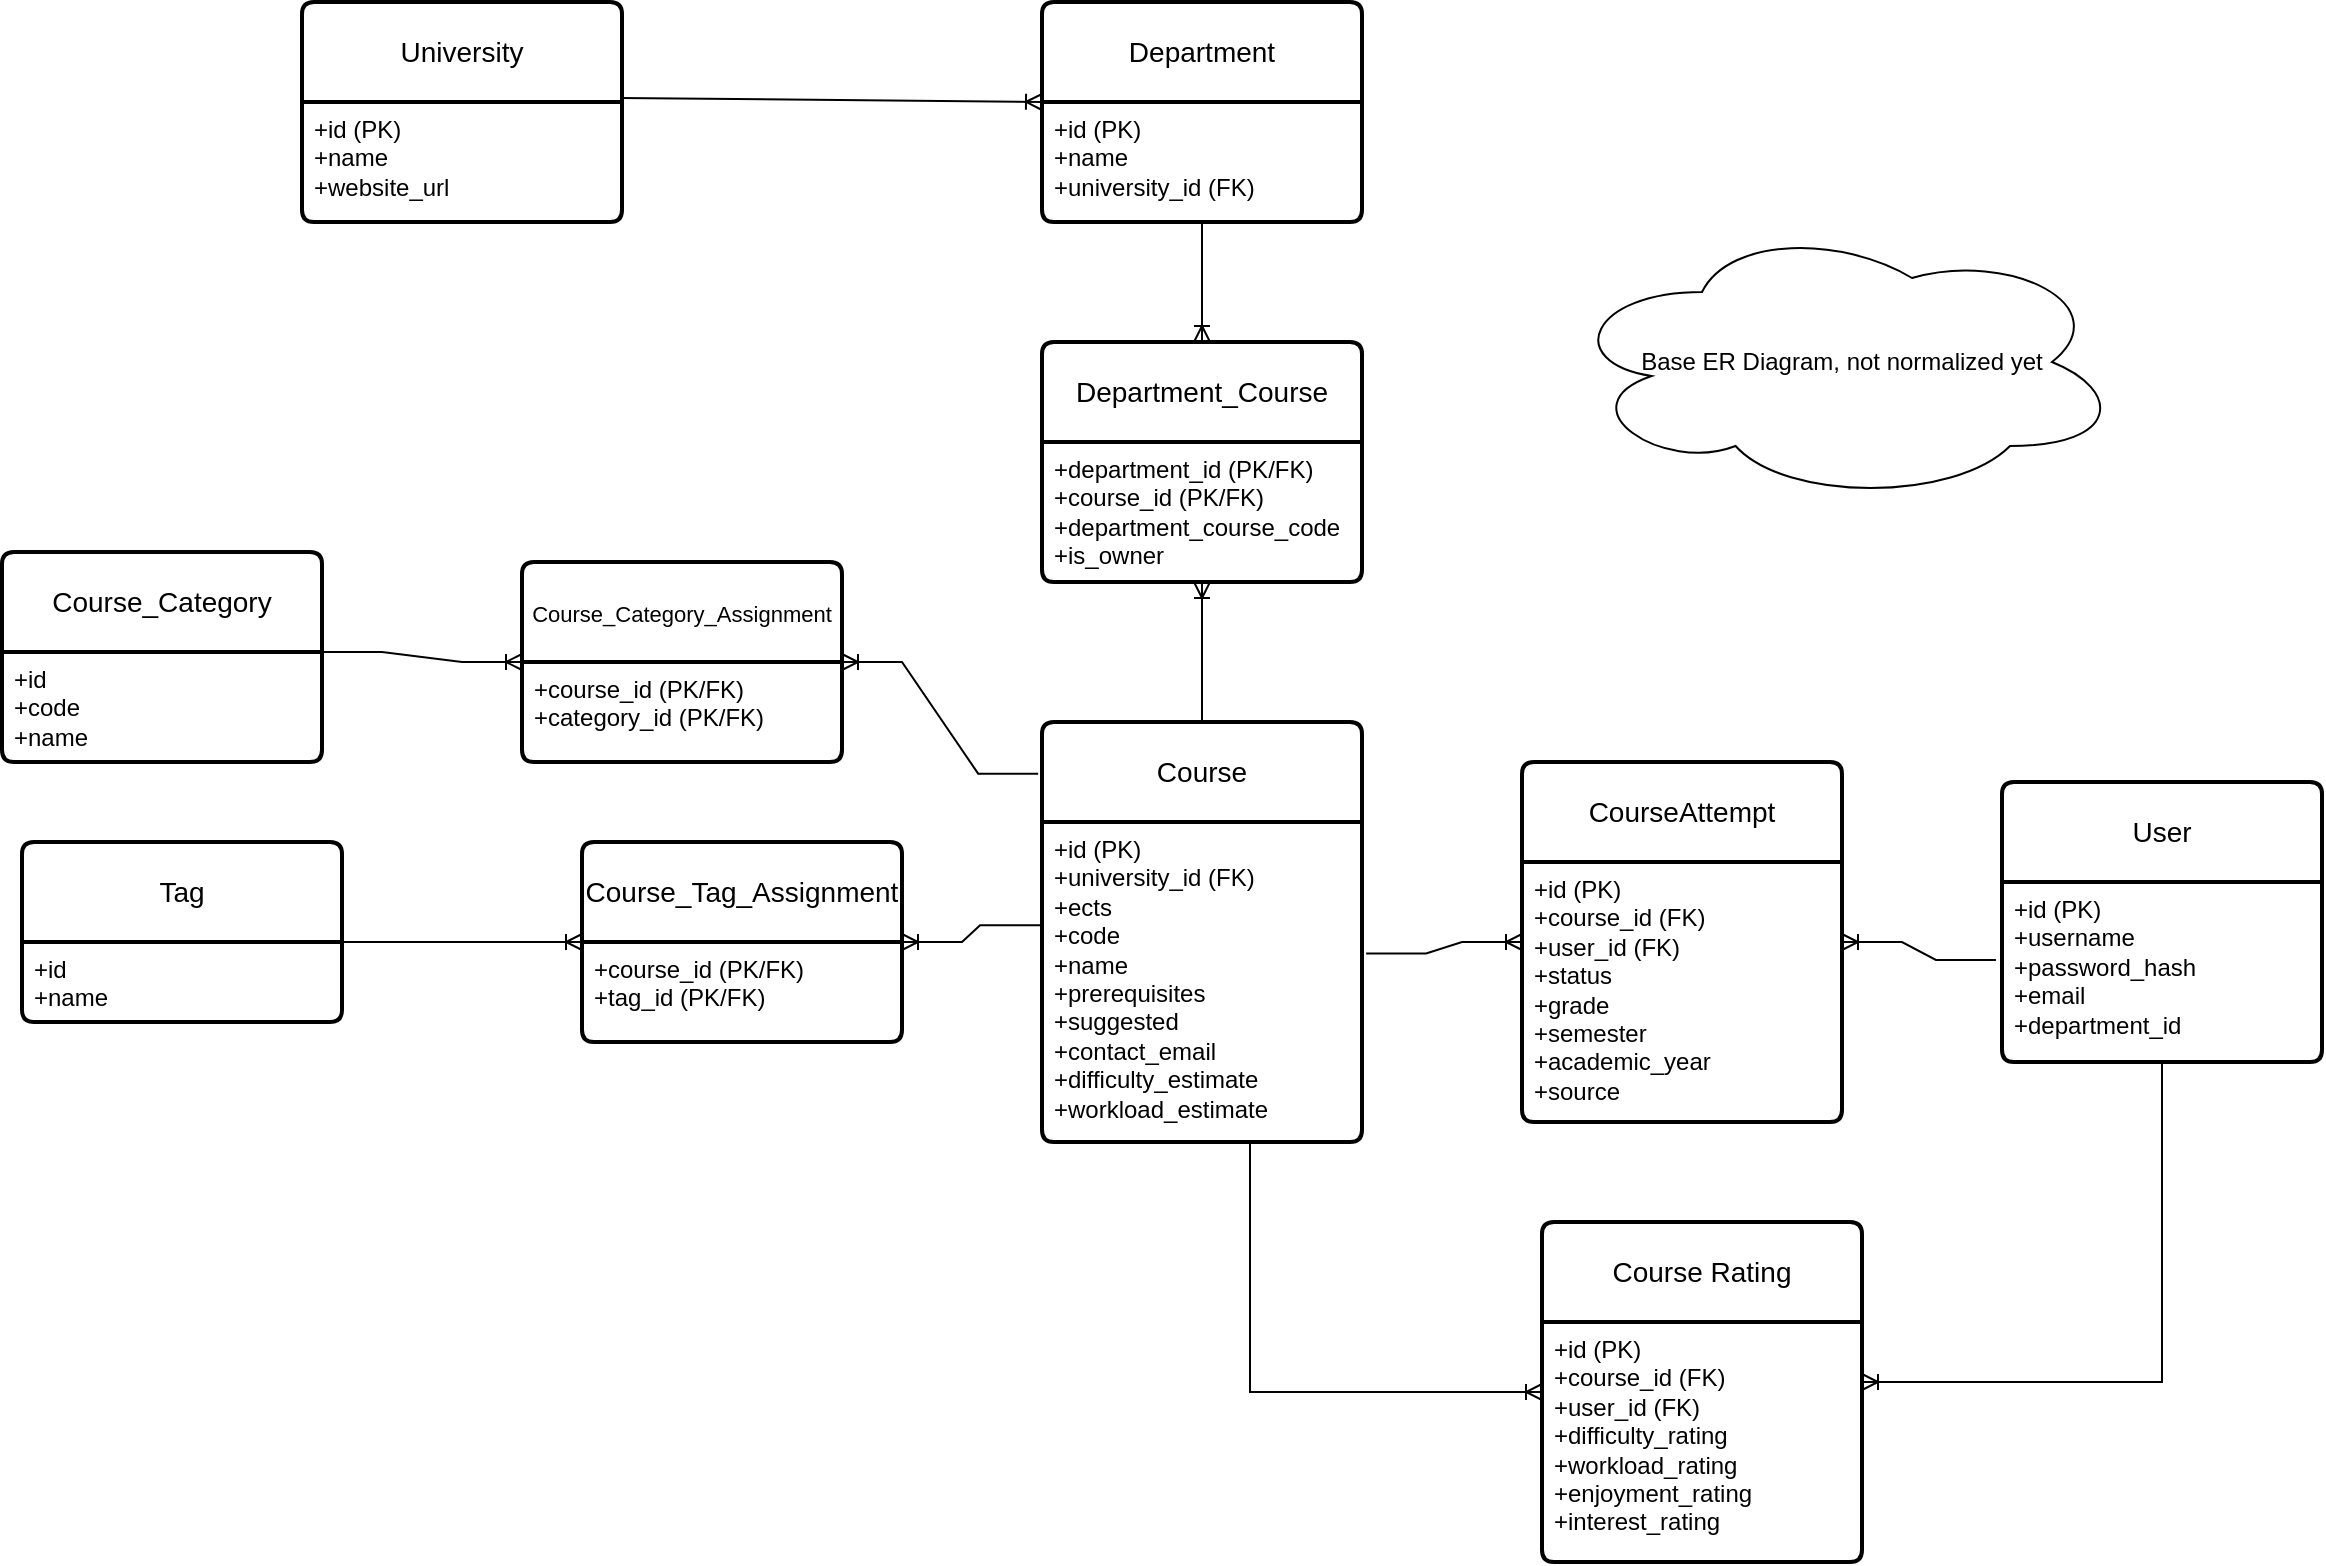
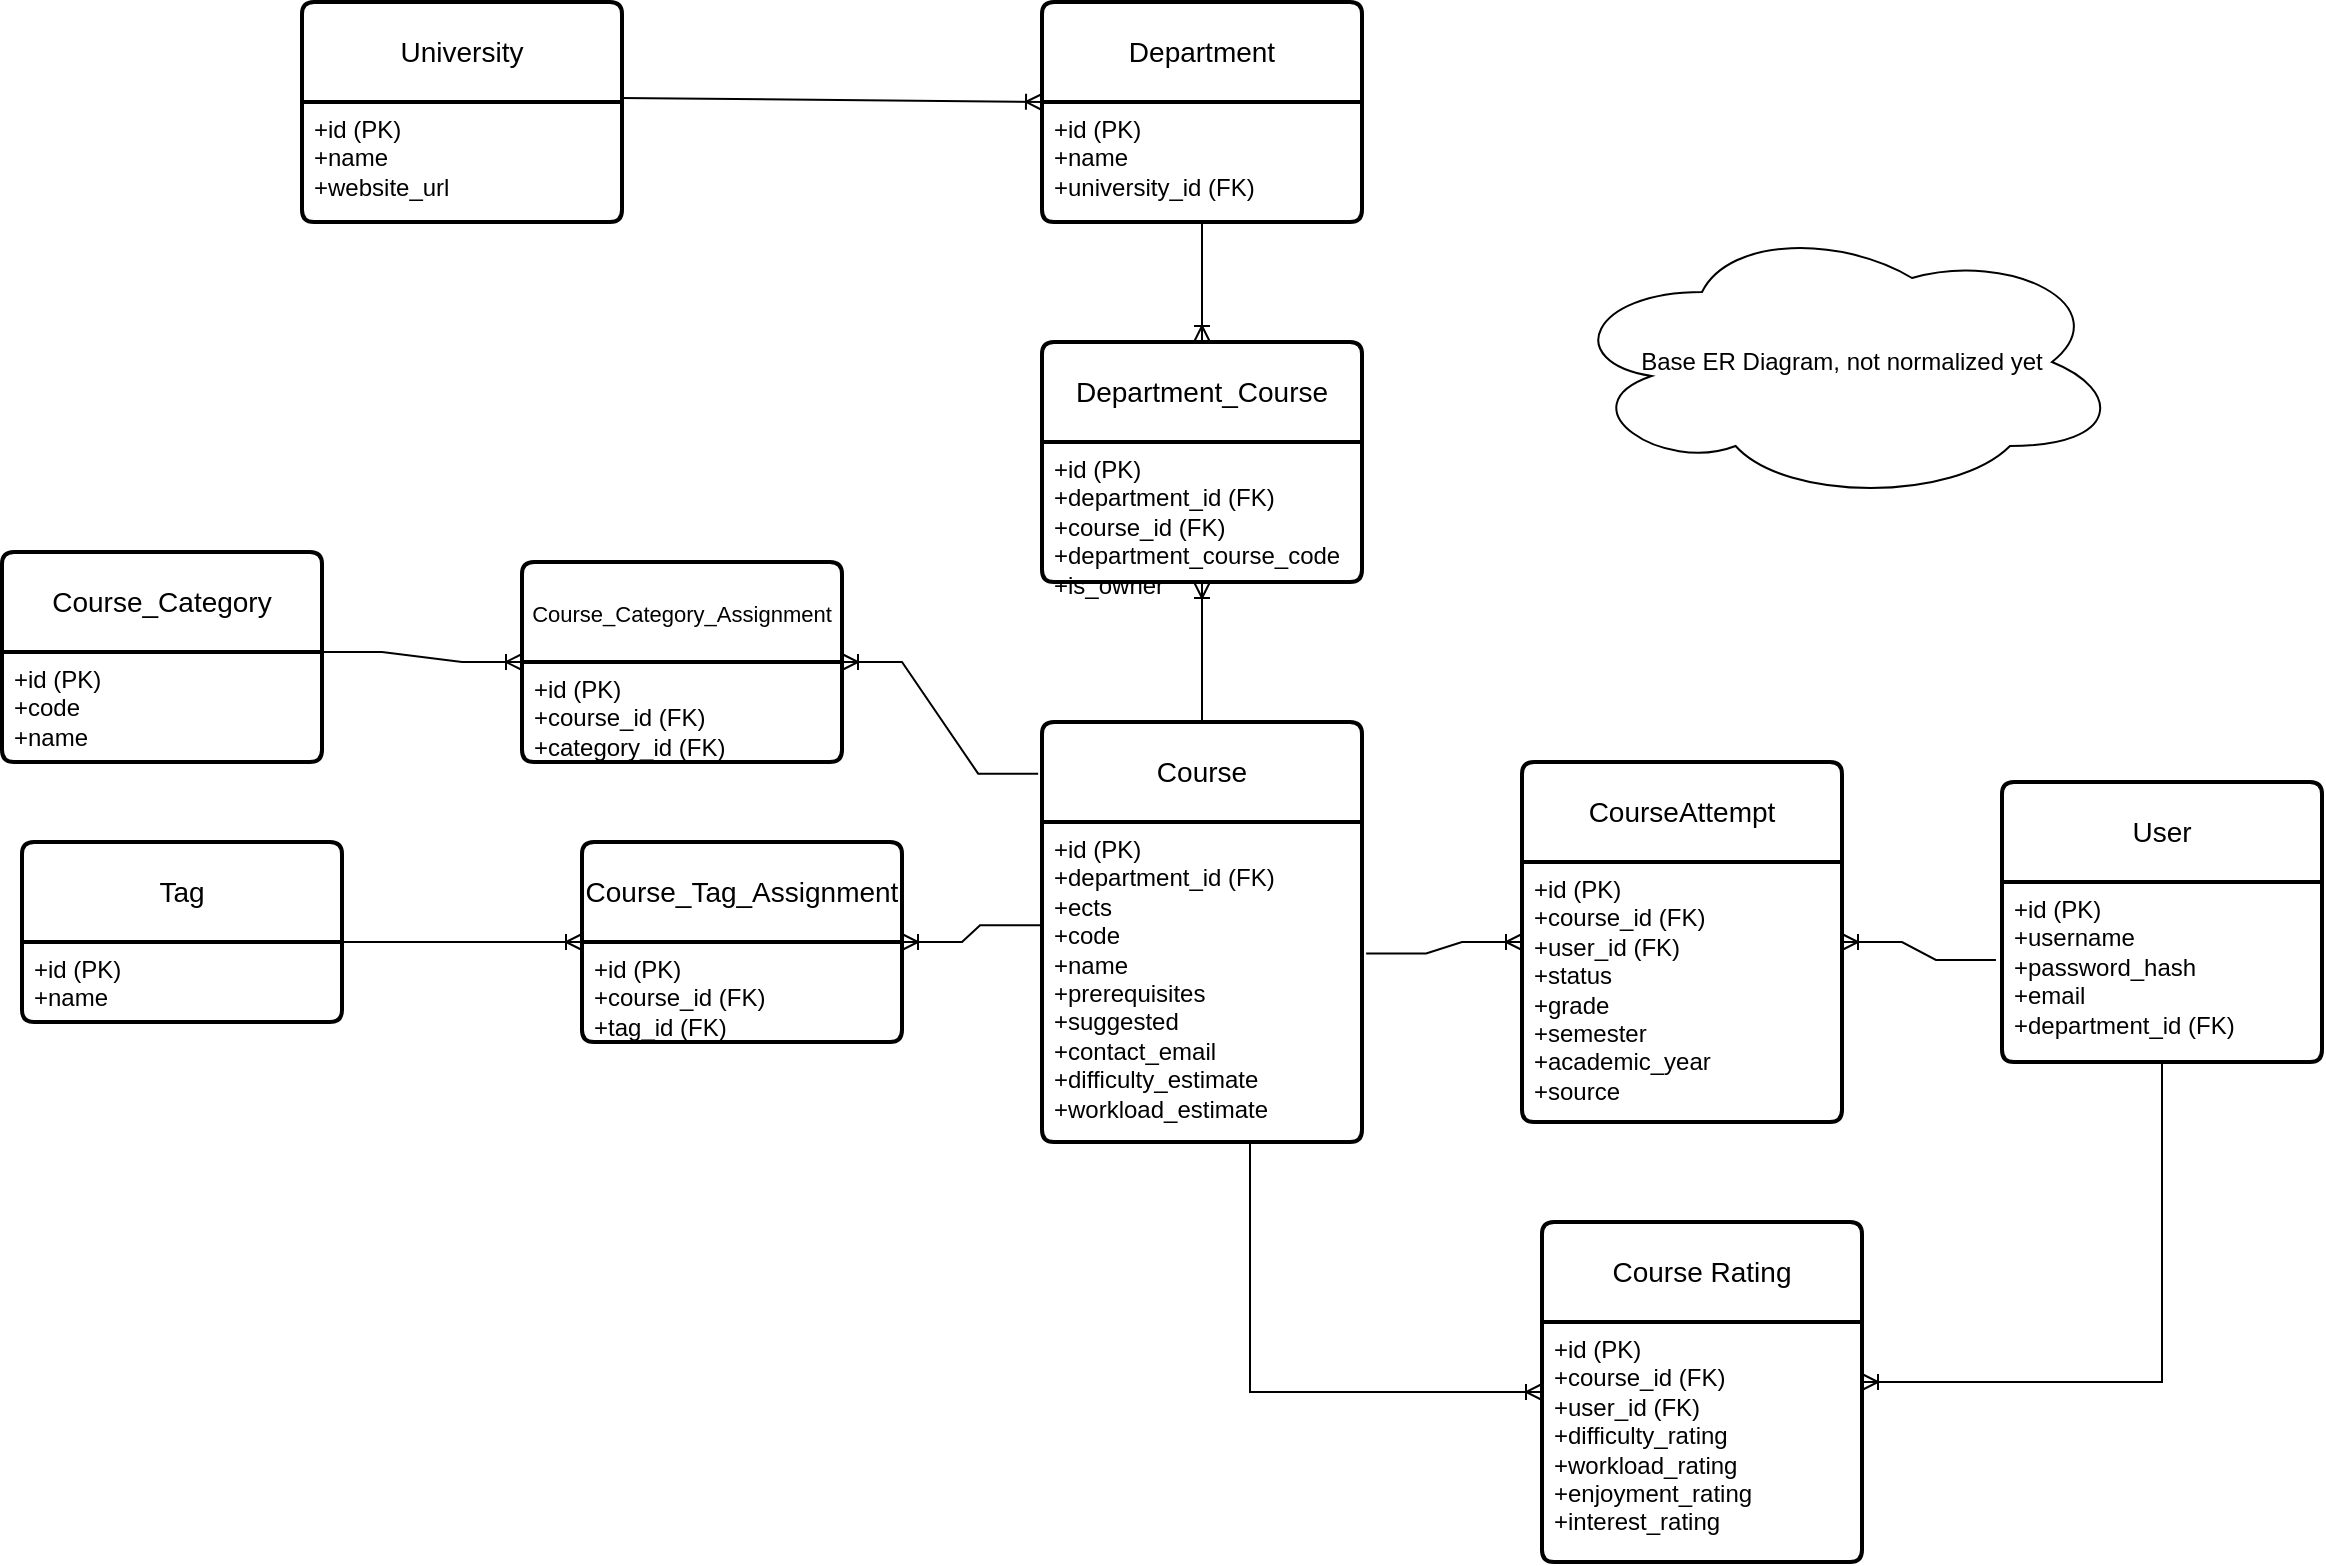
<mxfile host="Electron" agent="5.0 (Windows NT 10.0; Win64; x64) AppleWebKit/537.36 (KHTML, like Gecko) Chrome/90.0.4430.212 Safari/537.36">
  <diagram name="Page-1" id="9f46799a-70d6-7492-0946-bef42562c5a5">
    <mxGraphModel dx="729" dy="1385" grid="1" gridSize="10" guides="1" tooltips="1" connect="1" arrows="1" fold="1" page="1" pageScale="1" pageWidth="1100" pageHeight="850" background="none" math="0" shadow="0">
      <root>
        <mxCell id="0" />
        <mxCell id="1" parent="0" />
        <mxCell id="MfBtu3gmphk7rpzaGqzh-1" parent="1" style="swimlane;childLayout=stackLayout;horizontal=1;startSize=50;horizontalStack=0;rounded=1;fontSize=14;fontStyle=0;strokeWidth=2;resizeParent=0;resizeLast=1;shadow=0;dashed=0;align=center;arcSize=4;whiteSpace=wrap;html=1;" value="Course" vertex="1">
          <mxGeometry height="210" width="160" x="550" y="100" as="geometry">
            <mxRectangle height="50" width="80" x="200" y="480" as="alternateBounds" />
          </mxGeometry>
        </mxCell>
-         <mxCell id="MfBtu3gmphk7rpzaGqzh-2" parent="MfBtu3gmphk7rpzaGqzh-1" style="align=left;strokeColor=none;fillColor=none;spacingLeft=4;spacingRight=4;fontSize=12;verticalAlign=top;resizable=0;rotatable=0;part=1;html=1;whiteSpace=wrap;" value="+id (PK)&lt;div&gt;+university_id (FK)&lt;br&gt;&lt;div&gt;&lt;div&gt;+ects&lt;/div&gt;&lt;div&gt;+code&lt;/div&gt;&lt;div&gt;+name&lt;/div&gt;&lt;div&gt;+prerequisites&lt;br&gt;+suggested&lt;/div&gt;&lt;div&gt;&lt;span style=&quot;background-color: transparent; color: light-dark(rgb(0, 0, 0), rgb(255, 255, 255));&quot;&gt;+contact_email&lt;/span&gt;&lt;/div&gt;&lt;/div&gt;&lt;div&gt;+difficulty_estimate&lt;/div&gt;&lt;div&gt;+workload_estimate&lt;/div&gt;&lt;/div&gt;" vertex="1">
+         <mxCell id="MfBtu3gmphk7rpzaGqzh-2" parent="MfBtu3gmphk7rpzaGqzh-1" style="align=left;strokeColor=none;fillColor=none;spacingLeft=4;spacingRight=4;fontSize=12;verticalAlign=top;resizable=0;rotatable=0;part=1;html=1;whiteSpace=wrap;" value="+id (PK)&lt;div&gt;+department_id (FK)&lt;br&gt;&lt;div&gt;&lt;div&gt;+ects&lt;/div&gt;&lt;div&gt;+code&lt;/div&gt;&lt;div&gt;+name&lt;/div&gt;&lt;div&gt;+prerequisites&lt;br&gt;+suggested&lt;/div&gt;&lt;div&gt;&lt;span style=&quot;background-color: transparent; color: light-dark(rgb(0, 0, 0), rgb(255, 255, 255));&quot;&gt;+contact_email&lt;/span&gt;&lt;/div&gt;&lt;/div&gt;&lt;div&gt;+difficulty_estimate&lt;/div&gt;&lt;div&gt;+workload_estimate&lt;/div&gt;&lt;/div&gt;" vertex="1">
          <mxGeometry height="160" width="160" y="50" as="geometry" />
        </mxCell>
        <mxCell id="MfBtu3gmphk7rpzaGqzh-3" parent="1" style="swimlane;childLayout=stackLayout;horizontal=1;startSize=50;horizontalStack=0;rounded=1;fontSize=14;fontStyle=0;strokeWidth=2;resizeParent=0;resizeLast=1;shadow=0;dashed=0;align=center;arcSize=4;whiteSpace=wrap;html=1;" value="User" vertex="1">
          <mxGeometry height="140" width="160" x="1030" y="130" as="geometry">
            <mxRectangle height="50" width="80" x="200" y="480" as="alternateBounds" />
          </mxGeometry>
        </mxCell>
-         <mxCell id="MfBtu3gmphk7rpzaGqzh-4" parent="MfBtu3gmphk7rpzaGqzh-3" style="align=left;strokeColor=none;fillColor=none;spacingLeft=4;spacingRight=4;fontSize=12;verticalAlign=top;resizable=0;rotatable=0;part=1;html=1;whiteSpace=wrap;" value="+id (PK)&lt;div&gt;+username&lt;/div&gt;&lt;div&gt;+password_hash&lt;/div&gt;&lt;div&gt;+email&lt;/div&gt;&lt;div&gt;+department_id&lt;/div&gt;" vertex="1">
+         <mxCell id="MfBtu3gmphk7rpzaGqzh-4" parent="MfBtu3gmphk7rpzaGqzh-3" style="align=left;strokeColor=none;fillColor=none;spacingLeft=4;spacingRight=4;fontSize=12;verticalAlign=top;resizable=0;rotatable=0;part=1;html=1;whiteSpace=wrap;" value="+id (PK)&lt;div&gt;+username&lt;/div&gt;&lt;div&gt;+password_hash&lt;/div&gt;&lt;div&gt;+email&lt;/div&gt;&lt;div&gt;+department_id (FK)&lt;/div&gt;" vertex="1">
          <mxGeometry height="90" width="160" y="50" as="geometry" />
        </mxCell>
        <mxCell id="MfBtu3gmphk7rpzaGqzh-9" parent="1" style="swimlane;childLayout=stackLayout;horizontal=1;startSize=50;horizontalStack=0;rounded=1;fontSize=14;fontStyle=0;strokeWidth=2;resizeParent=0;resizeLast=1;shadow=0;dashed=0;align=center;arcSize=4;whiteSpace=wrap;html=1;" value="Tag" vertex="1">
          <mxGeometry height="90" width="160" x="40" y="160" as="geometry">
            <mxRectangle height="50" width="80" x="200" y="480" as="alternateBounds" />
          </mxGeometry>
        </mxCell>
-         <mxCell id="MfBtu3gmphk7rpzaGqzh-10" parent="MfBtu3gmphk7rpzaGqzh-9" style="align=left;strokeColor=none;fillColor=none;spacingLeft=4;spacingRight=4;fontSize=12;verticalAlign=top;resizable=0;rotatable=0;part=1;html=1;whiteSpace=wrap;" value="+id&lt;div&gt;+name&lt;/div&gt;" vertex="1">
+         <mxCell id="MfBtu3gmphk7rpzaGqzh-10" parent="MfBtu3gmphk7rpzaGqzh-9" style="align=left;strokeColor=none;fillColor=none;spacingLeft=4;spacingRight=4;fontSize=12;verticalAlign=top;resizable=0;rotatable=0;part=1;html=1;whiteSpace=wrap;" value="+id (PK)&lt;div&gt;+name&lt;/div&gt;" vertex="1">
          <mxGeometry height="40" width="160" y="50" as="geometry" />
        </mxCell>
        <mxCell id="MfBtu3gmphk7rpzaGqzh-13" parent="1" style="swimlane;childLayout=stackLayout;horizontal=1;startSize=50;horizontalStack=0;rounded=1;fontSize=14;fontStyle=0;strokeWidth=2;resizeParent=0;resizeLast=1;shadow=0;dashed=0;align=center;arcSize=4;whiteSpace=wrap;html=1;" value="Course_Tag_Assignment" vertex="1">
          <mxGeometry height="100" width="160" x="320" y="160" as="geometry">
            <mxRectangle height="50" width="80" x="200" y="480" as="alternateBounds" />
          </mxGeometry>
        </mxCell>
-         <mxCell id="MfBtu3gmphk7rpzaGqzh-14" parent="MfBtu3gmphk7rpzaGqzh-13" style="align=left;strokeColor=none;fillColor=none;spacingLeft=4;spacingRight=4;fontSize=12;verticalAlign=top;resizable=0;rotatable=0;part=1;html=1;whiteSpace=wrap;" value="+course_id (PK/FK)&lt;div&gt;+tag_id (PK/FK)&lt;/div&gt;" vertex="1">
+         <mxCell id="MfBtu3gmphk7rpzaGqzh-14" parent="MfBtu3gmphk7rpzaGqzh-13" style="align=left;strokeColor=none;fillColor=none;spacingLeft=4;spacingRight=4;fontSize=12;verticalAlign=top;resizable=0;rotatable=0;part=1;html=1;whiteSpace=wrap;" value="+id (PK)&lt;div&gt;+course_id (FK)&lt;/div&gt;&lt;div&gt;+tag_id (FK)&lt;/div&gt;" vertex="1">
          <mxGeometry height="50" width="160" y="50" as="geometry" />
        </mxCell>
        <mxCell id="MfBtu3gmphk7rpzaGqzh-17" edge="1" parent="1" source="MfBtu3gmphk7rpzaGqzh-10" style="edgeStyle=entityRelationEdgeStyle;fontSize=12;html=1;endArrow=ERoneToMany;rounded=0;exitX=1;exitY=0;exitDx=0;exitDy=0;entryX=0;entryY=0.5;entryDx=0;entryDy=0;" target="MfBtu3gmphk7rpzaGqzh-13" value="">
          <mxGeometry height="100" relative="1" width="100" as="geometry">
            <mxPoint x="330" y="270" as="sourcePoint" />
            <mxPoint x="430" y="170" as="targetPoint" />
          </mxGeometry>
        </mxCell>
        <mxCell id="MfBtu3gmphk7rpzaGqzh-19" edge="1" parent="1" source="MfBtu3gmphk7rpzaGqzh-2" style="edgeStyle=entityRelationEdgeStyle;fontSize=12;html=1;endArrow=ERoneToMany;rounded=0;entryX=1;entryY=0;entryDx=0;entryDy=0;exitX=-0.006;exitY=0.323;exitDx=0;exitDy=0;exitPerimeter=0;" target="MfBtu3gmphk7rpzaGqzh-14" value="">
          <mxGeometry height="100" relative="1" width="100" as="geometry">
            <mxPoint x="330" y="270" as="sourcePoint" />
            <mxPoint x="430" y="170" as="targetPoint" />
          </mxGeometry>
        </mxCell>
        <mxCell id="MfBtu3gmphk7rpzaGqzh-21" parent="1" style="ellipse;shape=cloud;whiteSpace=wrap;html=1;" value="Base ER Diagram, not normalized yet" vertex="1">
          <mxGeometry height="140" width="280" x="810" y="-150" as="geometry" />
        </mxCell>
        <mxCell id="MfBtu3gmphk7rpzaGqzh-24" parent="1" style="swimlane;childLayout=stackLayout;horizontal=1;startSize=50;horizontalStack=0;rounded=1;fontSize=14;fontStyle=0;strokeWidth=2;resizeParent=0;resizeLast=1;shadow=0;dashed=0;align=center;arcSize=4;whiteSpace=wrap;html=1;" value="&lt;p class=&quot;p1&quot;&gt;CourseAttempt&lt;/p&gt;" vertex="1">
          <mxGeometry height="180" width="160" x="790" y="120" as="geometry">
            <mxRectangle height="50" width="80" x="200" y="480" as="alternateBounds" />
          </mxGeometry>
        </mxCell>
        <mxCell id="MfBtu3gmphk7rpzaGqzh-25" parent="MfBtu3gmphk7rpzaGqzh-24" style="align=left;strokeColor=none;fillColor=none;spacingLeft=4;spacingRight=4;fontSize=12;verticalAlign=top;resizable=0;rotatable=0;part=1;html=1;whiteSpace=wrap;" value="&lt;div&gt;+id (PK)&lt;/div&gt;+course_id (FK)&lt;div&gt;+user_id (FK)&lt;/div&gt;&lt;div&gt;+status&lt;/div&gt;&lt;div&gt;+grade&lt;/div&gt;&lt;div&gt;+semester&lt;/div&gt;&lt;div&gt;+academic_year&lt;/div&gt;&lt;div&gt;+source&lt;/div&gt;" vertex="1">
          <mxGeometry height="130" width="160" y="50" as="geometry" />
        </mxCell>
        <mxCell id="MfBtu3gmphk7rpzaGqzh-26" edge="1" parent="1" source="MfBtu3gmphk7rpzaGqzh-4" style="edgeStyle=entityRelationEdgeStyle;fontSize=12;html=1;endArrow=ERoneToMany;rounded=0;exitX=-0.019;exitY=0.433;exitDx=0;exitDy=0;entryX=1;entryY=0.5;entryDx=0;entryDy=0;exitPerimeter=0;" target="MfBtu3gmphk7rpzaGqzh-24" value="">
          <mxGeometry height="100" relative="1" width="100" as="geometry">
            <mxPoint x="920" y="310" as="sourcePoint" />
            <mxPoint x="1040" y="310" as="targetPoint" />
          </mxGeometry>
        </mxCell>
        <mxCell id="MfBtu3gmphk7rpzaGqzh-27" edge="1" parent="1" source="MfBtu3gmphk7rpzaGqzh-2" style="edgeStyle=entityRelationEdgeStyle;fontSize=12;html=1;endArrow=ERoneToMany;rounded=0;exitX=1.013;exitY=0.411;exitDx=0;exitDy=0;exitPerimeter=0;entryX=0;entryY=0.5;entryDx=0;entryDy=0;" target="MfBtu3gmphk7rpzaGqzh-24" value="">
          <mxGeometry height="100" relative="1" width="100" as="geometry">
            <mxPoint x="887" y="330" as="sourcePoint" />
            <mxPoint x="780" y="271" as="targetPoint" />
          </mxGeometry>
        </mxCell>
        <mxCell id="MfBtu3gmphk7rpzaGqzh-28" parent="1" style="swimlane;childLayout=stackLayout;horizontal=1;startSize=50;horizontalStack=0;rounded=1;fontSize=14;fontStyle=0;strokeWidth=2;resizeParent=0;resizeLast=1;shadow=0;dashed=0;align=center;arcSize=4;whiteSpace=wrap;html=1;" value="&lt;p class=&quot;p1&quot;&gt;Course Rating&lt;/p&gt;" vertex="1">
          <mxGeometry height="170" width="160" x="800" y="350" as="geometry">
            <mxRectangle height="50" width="80" x="200" y="480" as="alternateBounds" />
          </mxGeometry>
        </mxCell>
        <mxCell id="MfBtu3gmphk7rpzaGqzh-29" parent="MfBtu3gmphk7rpzaGqzh-28" style="align=left;strokeColor=none;fillColor=none;spacingLeft=4;spacingRight=4;fontSize=12;verticalAlign=top;resizable=0;rotatable=0;part=1;html=1;whiteSpace=wrap;" value="&lt;div&gt;+id (PK)&lt;/div&gt;+course_id (FK)&lt;div&gt;+user_id (FK)&lt;/div&gt;&lt;div&gt;+difficulty_rating&lt;/div&gt;&lt;div&gt;+workload_rating&lt;/div&gt;&lt;div&gt;+enjoyment_rating&lt;/div&gt;&lt;div&gt;+interest_rating&lt;/div&gt;" vertex="1">
          <mxGeometry height="120" width="160" y="50" as="geometry" />
        </mxCell>
        <mxCell id="MfBtu3gmphk7rpzaGqzh-30" edge="1" parent="1" source="MfBtu3gmphk7rpzaGqzh-2" style="fontSize=12;html=1;endArrow=ERoneToMany;rounded=0;exitX=0.65;exitY=1.005;exitDx=0;exitDy=0;exitPerimeter=0;entryX=0;entryY=0.5;entryDx=0;entryDy=0;edgeStyle=orthogonalEdgeStyle;" target="MfBtu3gmphk7rpzaGqzh-28" value="">
          <mxGeometry height="100" relative="1" width="100" as="geometry">
            <mxPoint x="610" y="400" as="sourcePoint" />
            <mxPoint x="678" y="402" as="targetPoint" />
          </mxGeometry>
        </mxCell>
        <mxCell id="MfBtu3gmphk7rpzaGqzh-31" edge="1" parent="1" source="MfBtu3gmphk7rpzaGqzh-4" style="edgeStyle=orthogonalEdgeStyle;fontSize=12;html=1;endArrow=ERoneToMany;rounded=0;exitX=0.5;exitY=1;exitDx=0;exitDy=0;entryX=1;entryY=0.25;entryDx=0;entryDy=0;" target="MfBtu3gmphk7rpzaGqzh-29" value="">
          <mxGeometry height="100" relative="1" width="100" as="geometry">
            <mxPoint x="1117" y="390" as="sourcePoint" />
            <mxPoint x="1010" y="391" as="targetPoint" />
          </mxGeometry>
        </mxCell>
        <mxCell id="MfBtu3gmphk7rpzaGqzh-32" parent="1" style="swimlane;childLayout=stackLayout;horizontal=1;startSize=50;horizontalStack=0;rounded=1;fontSize=14;fontStyle=0;strokeWidth=2;resizeParent=0;resizeLast=1;shadow=0;dashed=0;align=center;arcSize=4;whiteSpace=wrap;html=1;" value="Department" vertex="1">
          <mxGeometry height="110" width="160" x="550" y="-260" as="geometry">
            <mxRectangle height="50" width="80" x="200" y="480" as="alternateBounds" />
          </mxGeometry>
        </mxCell>
        <mxCell id="MfBtu3gmphk7rpzaGqzh-33" parent="MfBtu3gmphk7rpzaGqzh-32" style="align=left;strokeColor=none;fillColor=none;spacingLeft=4;spacingRight=4;fontSize=12;verticalAlign=top;resizable=0;rotatable=0;part=1;html=1;whiteSpace=wrap;" value="+id (PK)&lt;div&gt;+name&lt;/div&gt;&lt;div&gt;+university_id (FK)&lt;/div&gt;" vertex="1">
          <mxGeometry height="60" width="160" y="50" as="geometry" />
        </mxCell>
        <mxCell id="MfBtu3gmphk7rpzaGqzh-34" parent="1" style="swimlane;childLayout=stackLayout;horizontal=1;startSize=50;horizontalStack=0;rounded=1;fontSize=14;fontStyle=0;strokeWidth=2;resizeParent=0;resizeLast=1;shadow=0;dashed=0;align=center;arcSize=4;whiteSpace=wrap;html=1;" value="Department_Course" vertex="1">
          <mxGeometry height="120" width="160" x="550" y="-90" as="geometry">
            <mxRectangle height="50" width="80" x="200" y="480" as="alternateBounds" />
          </mxGeometry>
        </mxCell>
-         <mxCell id="MfBtu3gmphk7rpzaGqzh-35" parent="MfBtu3gmphk7rpzaGqzh-34" style="align=left;strokeColor=none;fillColor=none;spacingLeft=4;spacingRight=4;fontSize=12;verticalAlign=top;resizable=0;rotatable=0;part=1;html=1;whiteSpace=wrap;" value="&lt;div&gt;+department_id (PK/FK)&lt;/div&gt;&lt;div&gt;+course_id (PK/FK)&lt;/div&gt;&lt;div&gt;+department_course_code&lt;/div&gt;&lt;div&gt;+is_owner&lt;/div&gt;" vertex="1">
+         <mxCell id="MfBtu3gmphk7rpzaGqzh-35" parent="MfBtu3gmphk7rpzaGqzh-34" style="align=left;strokeColor=none;fillColor=none;spacingLeft=4;spacingRight=4;fontSize=12;verticalAlign=top;resizable=0;rotatable=0;part=1;html=1;whiteSpace=wrap;" value="&lt;div&gt;+id (PK)&lt;/div&gt;&lt;div&gt;+department_id (FK)&lt;/div&gt;&lt;div&gt;+course_id (FK)&lt;/div&gt;&lt;div&gt;+department_course_code&lt;/div&gt;&lt;div&gt;+is_owner&lt;/div&gt;" vertex="1">
          <mxGeometry height="70" width="160" y="50" as="geometry" />
        </mxCell>
        <mxCell id="MfBtu3gmphk7rpzaGqzh-36" edge="1" parent="1" source="MfBtu3gmphk7rpzaGqzh-33" style="fontSize=12;html=1;endArrow=ERoneToMany;rounded=0;entryX=0.5;entryY=0;entryDx=0;entryDy=0;exitX=0.5;exitY=1;exitDx=0;exitDy=0;" target="MfBtu3gmphk7rpzaGqzh-34" value="">
          <mxGeometry height="100" relative="1" width="100" as="geometry">
            <mxPoint x="509" y="-79" as="sourcePoint" />
            <mxPoint x="440" y="-80" as="targetPoint" />
          </mxGeometry>
        </mxCell>
        <mxCell id="MfBtu3gmphk7rpzaGqzh-37" edge="1" parent="1" source="MfBtu3gmphk7rpzaGqzh-1" style="fontSize=12;html=1;endArrow=ERoneToMany;rounded=0;entryX=0.5;entryY=1;entryDx=0;entryDy=0;exitX=0.5;exitY=0;exitDx=0;exitDy=0;" target="MfBtu3gmphk7rpzaGqzh-35" value="">
          <mxGeometry height="100" relative="1" width="100" as="geometry">
            <mxPoint x="470" y="20" as="sourcePoint" />
            <mxPoint x="470" y="80" as="targetPoint" />
          </mxGeometry>
        </mxCell>
        <mxCell id="MfBtu3gmphk7rpzaGqzh-38" parent="1" style="swimlane;childLayout=stackLayout;horizontal=1;startSize=50;horizontalStack=0;rounded=1;fontSize=14;fontStyle=0;strokeWidth=2;resizeParent=0;resizeLast=1;shadow=0;dashed=0;align=center;arcSize=4;whiteSpace=wrap;html=1;" value="University" vertex="1">
          <mxGeometry height="110" width="160" x="180" y="-260" as="geometry">
            <mxRectangle height="50" width="80" x="200" y="480" as="alternateBounds" />
          </mxGeometry>
        </mxCell>
        <mxCell id="MfBtu3gmphk7rpzaGqzh-39" parent="MfBtu3gmphk7rpzaGqzh-38" style="align=left;strokeColor=none;fillColor=none;spacingLeft=4;spacingRight=4;fontSize=12;verticalAlign=top;resizable=0;rotatable=0;part=1;html=1;whiteSpace=wrap;" value="+id (PK)&lt;div&gt;+name&lt;/div&gt;&lt;div&gt;+website_url&lt;/div&gt;" vertex="1">
          <mxGeometry height="60" width="160" y="50" as="geometry" />
        </mxCell>
        <mxCell id="MfBtu3gmphk7rpzaGqzh-41" edge="1" parent="1" source="MfBtu3gmphk7rpzaGqzh-38" style="fontSize=12;html=1;endArrow=ERoneToMany;rounded=0;entryX=0;entryY=0;entryDx=0;entryDy=0;exitX=0.994;exitY=0.436;exitDx=0;exitDy=0;exitPerimeter=0;" target="MfBtu3gmphk7rpzaGqzh-33" value="">
          <mxGeometry height="100" relative="1" width="100" as="geometry">
            <mxPoint x="420" y="-300" as="sourcePoint" />
            <mxPoint x="420" y="-240" as="targetPoint" />
          </mxGeometry>
        </mxCell>
        <mxCell id="MfBtu3gmphk7rpzaGqzh-43" parent="1" style="swimlane;childLayout=stackLayout;horizontal=1;startSize=50;horizontalStack=0;rounded=1;fontSize=14;fontStyle=0;strokeWidth=2;resizeParent=0;resizeLast=1;shadow=0;dashed=0;align=center;arcSize=4;whiteSpace=wrap;html=1;" value="Course_Category" vertex="1">
          <mxGeometry height="105" width="160" x="30" y="15" as="geometry">
            <mxRectangle height="50" width="80" x="200" y="480" as="alternateBounds" />
          </mxGeometry>
        </mxCell>
-         <mxCell id="MfBtu3gmphk7rpzaGqzh-44" parent="MfBtu3gmphk7rpzaGqzh-43" style="align=left;strokeColor=none;fillColor=none;spacingLeft=4;spacingRight=4;fontSize=12;verticalAlign=top;resizable=0;rotatable=0;part=1;html=1;whiteSpace=wrap;" value="+id&lt;div&gt;&lt;div&gt;+code&lt;/div&gt;&lt;div&gt;+name&lt;/div&gt;&lt;div&gt;&lt;br&gt;&lt;/div&gt;&lt;/div&gt;" vertex="1">
+         <mxCell id="MfBtu3gmphk7rpzaGqzh-44" parent="MfBtu3gmphk7rpzaGqzh-43" style="align=left;strokeColor=none;fillColor=none;spacingLeft=4;spacingRight=4;fontSize=12;verticalAlign=top;resizable=0;rotatable=0;part=1;html=1;whiteSpace=wrap;" value="+id (PK)&lt;div&gt;&lt;div&gt;+code&lt;/div&gt;&lt;div&gt;+name&lt;/div&gt;&lt;div&gt;&lt;br&gt;&lt;/div&gt;&lt;/div&gt;" vertex="1">
          <mxGeometry height="55" width="160" y="50" as="geometry" />
        </mxCell>
        <mxCell id="MfBtu3gmphk7rpzaGqzh-49" parent="1" style="swimlane;childLayout=stackLayout;horizontal=1;startSize=50;horizontalStack=0;rounded=1;fontSize=14;fontStyle=0;strokeWidth=2;resizeParent=0;resizeLast=1;shadow=0;dashed=0;align=center;arcSize=4;whiteSpace=wrap;html=1;" value="&lt;font style=&quot;font-size: 11px;&quot;&gt;Course_Category_Assignment&lt;/font&gt;" vertex="1">
          <mxGeometry height="100" width="160" x="290" y="20" as="geometry">
            <mxRectangle height="50" width="80" x="200" y="480" as="alternateBounds" />
          </mxGeometry>
        </mxCell>
-         <mxCell id="MfBtu3gmphk7rpzaGqzh-50" parent="MfBtu3gmphk7rpzaGqzh-49" style="align=left;strokeColor=none;fillColor=none;spacingLeft=4;spacingRight=4;fontSize=12;verticalAlign=top;resizable=0;rotatable=0;part=1;html=1;whiteSpace=wrap;" value="+course_id (PK/FK)&lt;div&gt;+category_id (PK/FK)&lt;/div&gt;" vertex="1">
+         <mxCell id="MfBtu3gmphk7rpzaGqzh-50" parent="MfBtu3gmphk7rpzaGqzh-49" style="align=left;strokeColor=none;fillColor=none;spacingLeft=4;spacingRight=4;fontSize=12;verticalAlign=top;resizable=0;rotatable=0;part=1;html=1;whiteSpace=wrap;" value="+id (PK)&lt;div&gt;+course_id (FK)&lt;/div&gt;&lt;div&gt;+category_id (FK)&lt;/div&gt;" vertex="1">
          <mxGeometry height="50" width="160" y="50" as="geometry" />
        </mxCell>
        <mxCell id="MfBtu3gmphk7rpzaGqzh-52" edge="1" parent="1" source="MfBtu3gmphk7rpzaGqzh-44" style="edgeStyle=entityRelationEdgeStyle;fontSize=12;html=1;endArrow=ERoneToMany;rounded=0;exitX=1;exitY=0;exitDx=0;exitDy=0;entryX=0;entryY=0.5;entryDx=0;entryDy=0;" target="MfBtu3gmphk7rpzaGqzh-49" value="">
          <mxGeometry height="100" relative="1" width="100" as="geometry">
            <mxPoint x="200" y="69.5" as="sourcePoint" />
            <mxPoint x="320" y="69.5" as="targetPoint" />
          </mxGeometry>
        </mxCell>
        <mxCell id="MfBtu3gmphk7rpzaGqzh-53" edge="1" parent="1" source="MfBtu3gmphk7rpzaGqzh-1" style="edgeStyle=entityRelationEdgeStyle;fontSize=12;html=1;endArrow=ERoneToMany;rounded=0;exitX=-0.012;exitY=0.123;exitDx=0;exitDy=0;entryX=1;entryY=0;entryDx=0;entryDy=0;exitPerimeter=0;" target="MfBtu3gmphk7rpzaGqzh-50" value="">
          <mxGeometry height="100" relative="1" width="100" as="geometry">
            <mxPoint x="500" y="50" as="sourcePoint" />
            <mxPoint x="600" y="55" as="targetPoint" />
          </mxGeometry>
        </mxCell>
      </root>
    </mxGraphModel>
  </diagram>
</mxfile>
